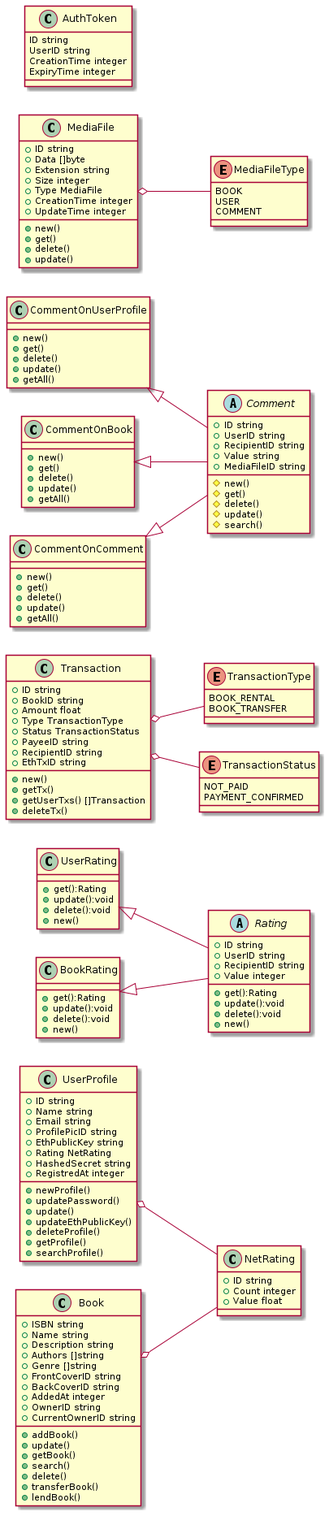
Earlier version of the PlantUML export docs/uml/img/class.png (Zzocker/book-labs). Source of this version:
```plantuml
@startuml

left to right direction

class UserProfile{
    + ID string
    + Name string
    + Email string
    + ProfilePicID string
    + EthPublicKey string
    + Rating NetRating
    + HashedSecret string
    + RegistredAt integer

    + newProfile()
    + updatePassword()
    + update()
    + updateEthPublicKey()
    + deleteProfile()
    + getProfile()
    + searchProfile()
}

class NetRating{
    + ID string
    + Count integer
    + Value float
}

UserProfile o-- NetRating

abstract class Rating{
    + ID string
    + UserID string
    + RecipientID string
    + Value integer

    + get():Rating
    + update():void
    + delete():void
    + new()
}

class UserRating{
    + get():Rating
    + update():void
    + delete():void
    + new()
}
class BookRating{
    + get():Rating
    + update():void
    + delete():void
    + new()
}


UserRating <|-- Rating
BookRating <|-- Rating


class Book{
    + ISBN string
    + Name string
    + Description string
    + Authors []string
    + Genre []string
    + FrontCoverID string
    + BackCoverID string
    + AddedAt integer
    + OwnerID string
    + CurrentOwnerID string

    + addBook()
    + update()
    + getBook()
    + search()
    + delete()
    + transferBook()
    + lendBook()
}

Book o-- NetRating

class Transaction{
    + ID string
    + BookID string
    + Amount float
    + Type TransactionType
    + Status TransactionStatus
    + PayeeID string
    + RecipientID string
    + EthTxID string

    + new()
    + getTx()
    + getUserTxs() []Transaction
    + deleteTx()
}

Transaction o-- TransactionType
Transaction o-- TransactionStatus

enum TransactionType{
    BOOK_RENTAL
    BOOK_TRANSFER
}

enum TransactionStatus{
    NOT_PAID
    PAYMENT_CONFIRMED
}

abstract class Comment{
    + ID string
    + UserID string
    + RecipientID string
    + Value string
    + MediaFileID string

    # new()
    # get()
    # delete()
    # update()
    # search()
}


class CommentOnUserProfile{
    + new()
    + get()
    + delete()
    + update()
    + getAll()
}

class CommentOnBook{
    + new()
    + get()
    + delete()
    + update()
    + getAll()
}

class CommentOnComment{
    + new()
    + get()
    + delete()
    + update()
    + getAll()
}

CommentOnUserProfile <|-- Comment
CommentOnBook <|-- Comment
CommentOnComment <|-- Comment

class MediaFile{
    + ID string
    + Data []byte
    + Extension string
    + Size integer
    + Type MediaFile
    + CreationTime integer
    + UpdateTime integer

    + new()
    + get()
    + delete()
    + update()
}

enum MediaFileType{
    BOOK
    USER
    COMMENT
}

MediaFile o-- MediaFileType


class AuthToken{
    ID string
    UserID string
    CreationTime integer
    ExpiryTime integer
}



@enduml
```
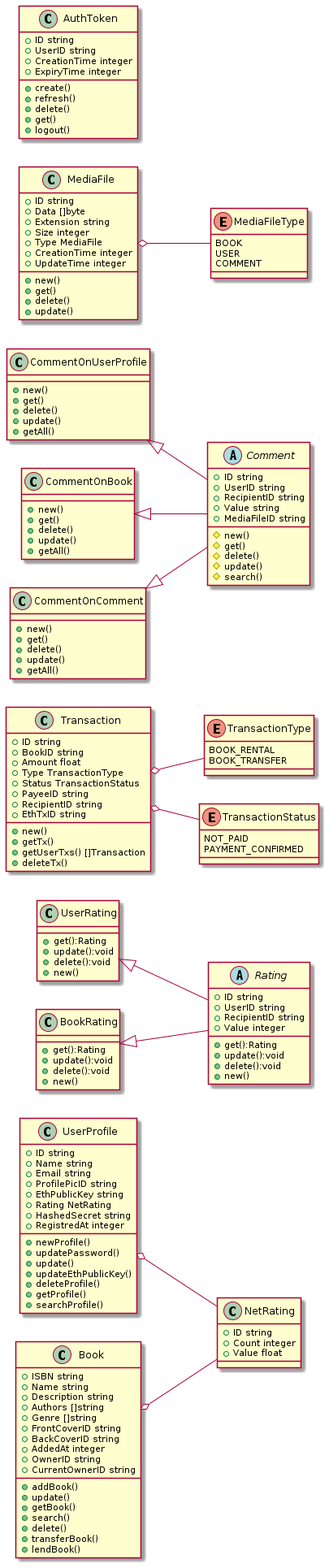
The same file after the commit.

Commit message:
docs(class): update methods of auth class

Diff of the diagram source:
```diff
@@ -179,10 +179,16 @@
 
 
 class AuthToken{
-    ID string
-    UserID string
-    CreationTime integer
-    ExpiryTime integer
+    + ID string
+    + UserID string
+    + CreationTime integer
+    + ExpiryTime integer
+
+    + create()
+    + refresh()
+    + delete()
+    + get()
+    + logout()
 }
 
 
```
